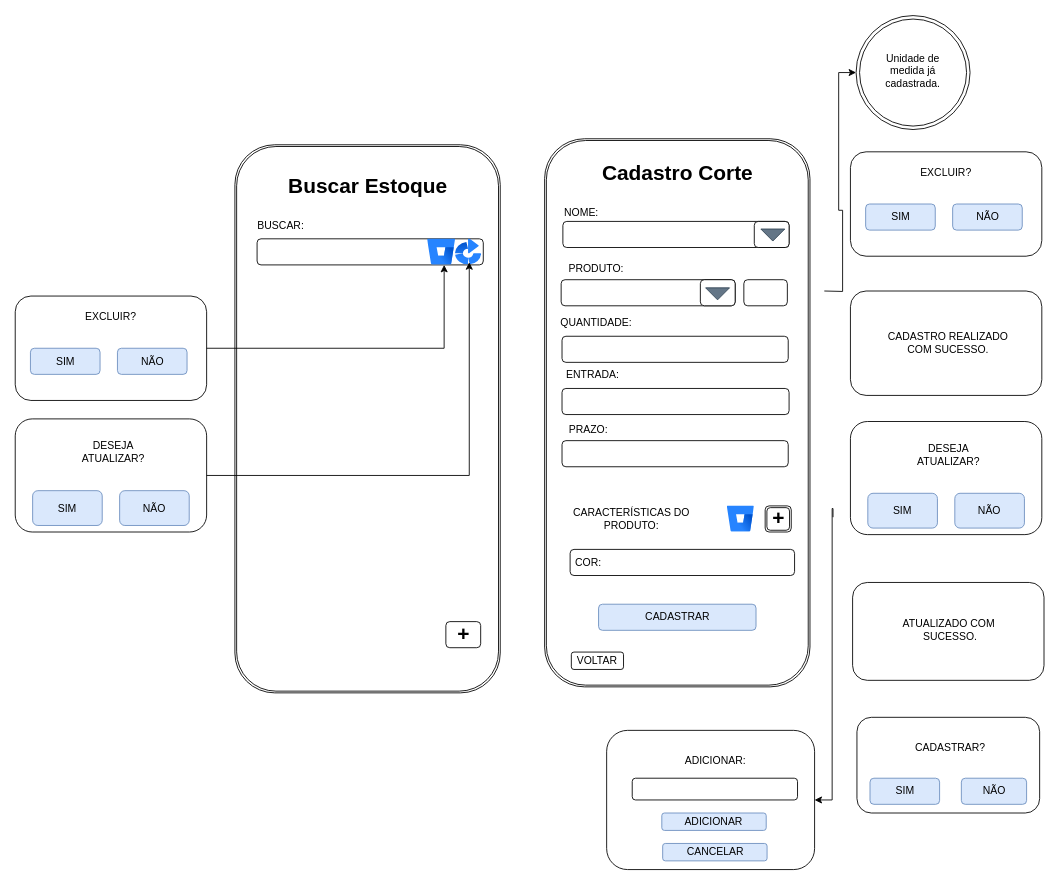
rafaelareisilva/avatar.app keeps this draw.io diagram as page "Página-8" (9 of 14) of DOC/tela.drawio. Above is the earlier version. Source tidied: cells renumbered, new cells numbered last; positions are measured from the earlier drawing's top-left corner, leaving out a move shared by most shapes. Both pictures are drawn from the tidied source at 87%, with x=0, y=0 at pixel (15, 15).
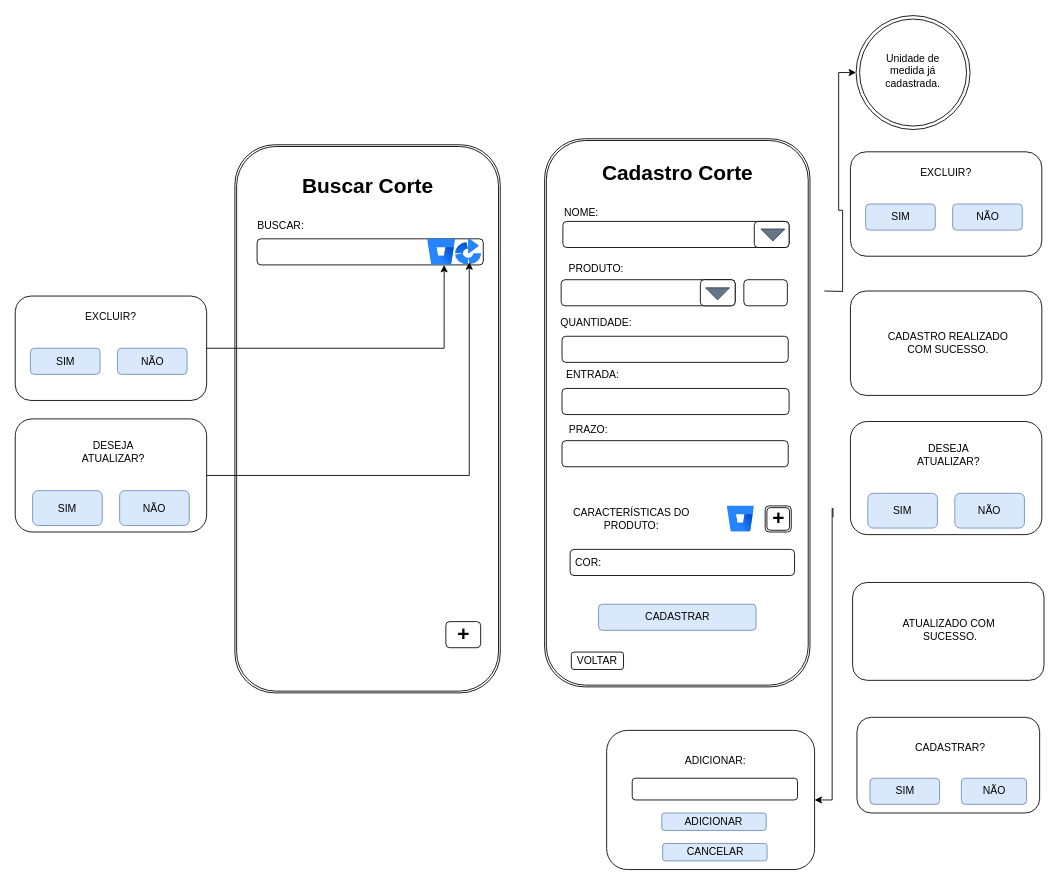
The same diagram, later.

What changed in the source:
```diff
@@
-    <mxCell id="72" value="Buscar Estoque" style="text;strokeColor=none;fillColor=none;html=1;fontSize=24;fontStyle=1;verticalAlign=middle;align=center;" parent="1" vertex="1">
+    <mxCell id="72" value="Buscar Corte" style="text;strokeColor=none;fillColor=none;html=1;fontSize=24;fontStyle=1;verticalAlign=middle;align=center;" parent="1" vertex="1">
       <mxGeometry x="350.5" y="177" width="109" height="40" as="geometry" />
     </mxCell>
```
